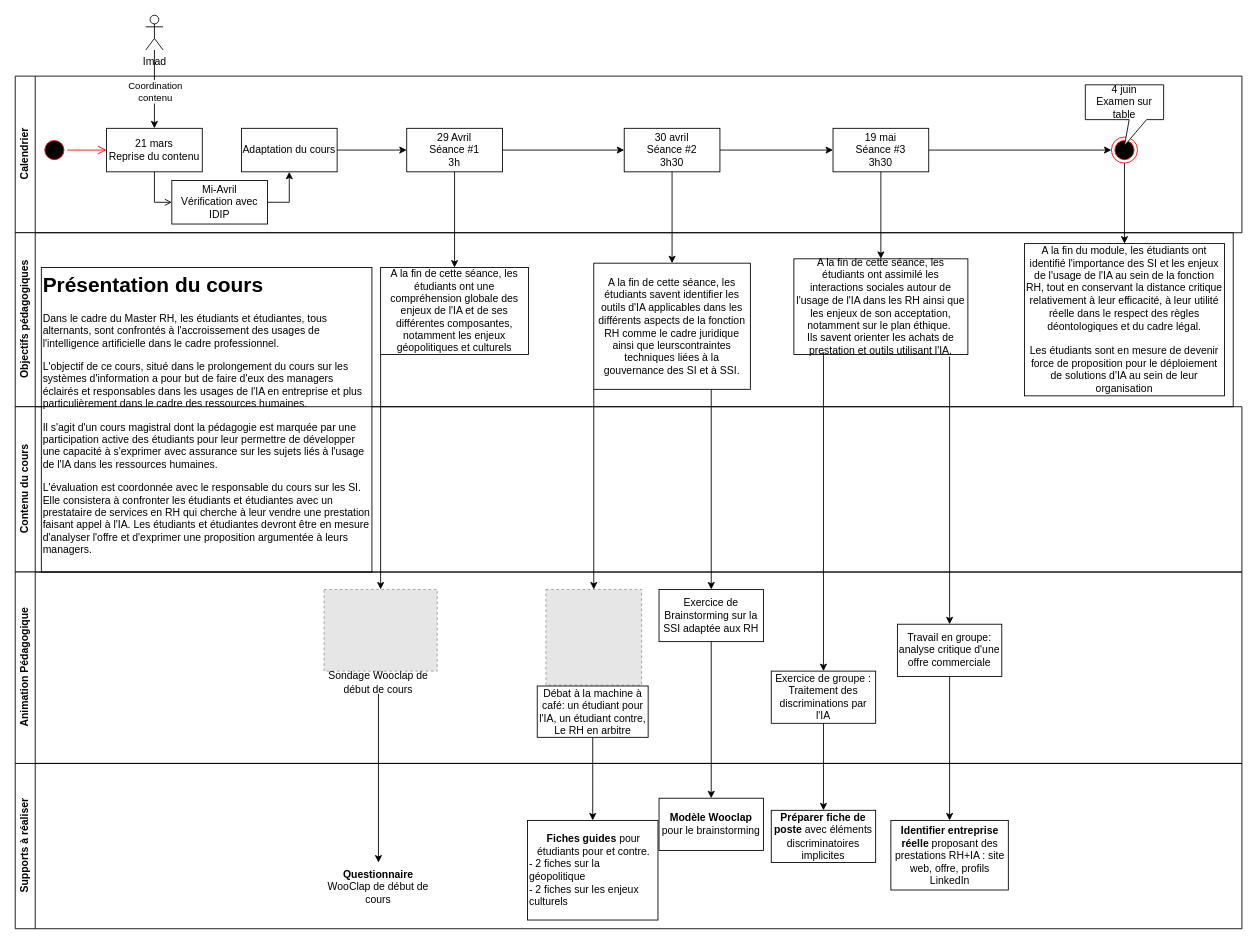
Fabrice-64/Drawings keeps this draw.io diagram as page "Page-1" (1 of 3) of Cours IA et RH.drawio. Above is the earlier version. Source tidied: cells renumbered, new cells numbered last; positions are measured from the earlier drawing's top-left corner, leaving out a move shared by most shapes. Both pictures are drawn from the tidied source at 87%, with x=0, y=0 at pixel (15, 15). Pictures stored in the file or linked from it are replaced by grey dashed boxes.
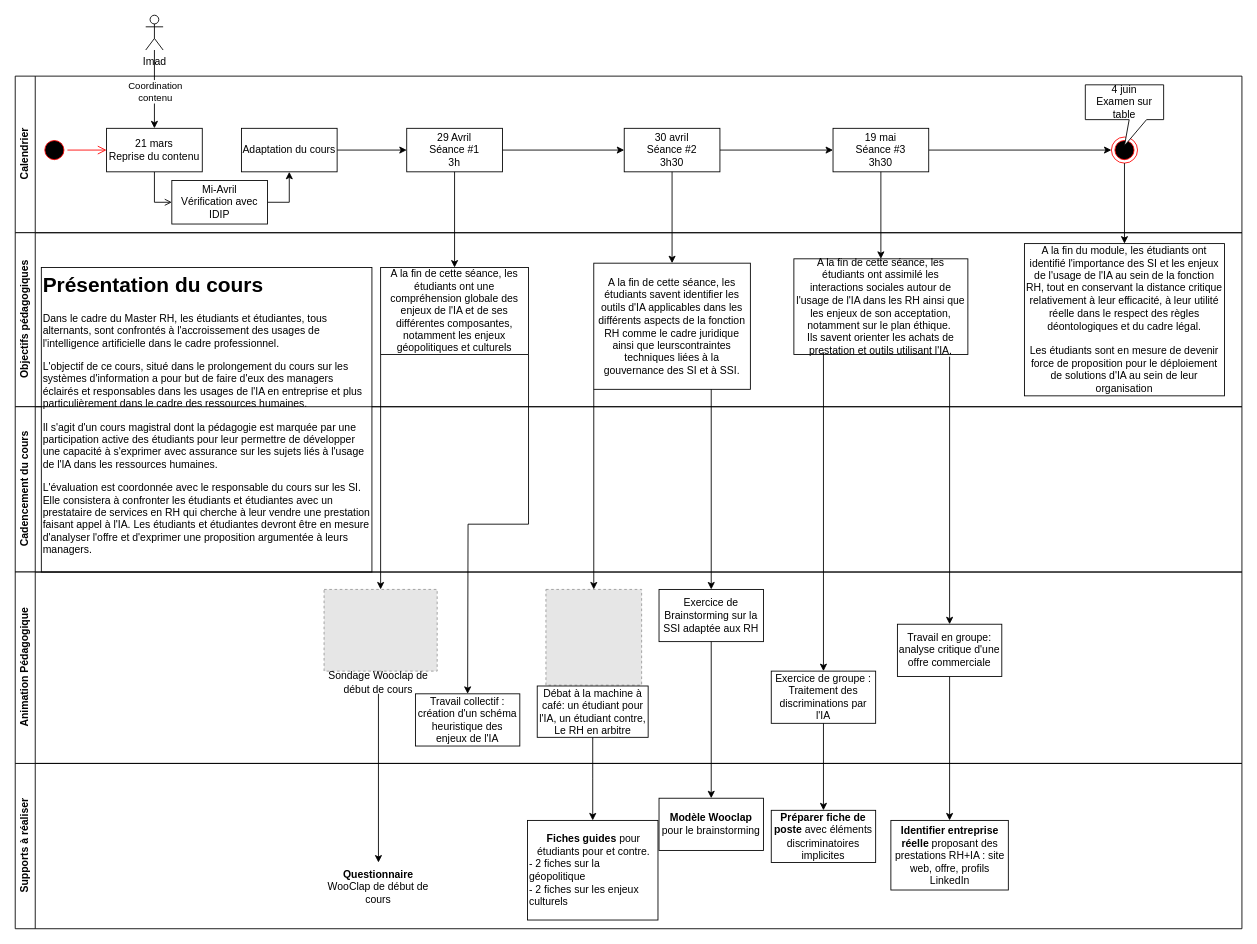
The same page after the edit.

Unchanged cells that the change refers to:
```xml
<mxCell id="27" value="A la fin de cette séance, les étudiants ont une compréhension globale des enjeux de l'IA et de ses différentes composantes, notamment les enjeux géopolitiques et culturels" style="html=1;whiteSpace=wrap;movableLabel=0;" parent="26" vertex="1">
  <mxGeometry x="420" y="40" width="170" height="100" as="geometry" />
</mxCell>
<mxCell id="43" value="Animation Pédagogique" style="swimlane;horizontal=0;whiteSpace=wrap;html=1;perimeterSpacing=1;" parent="1" vertex="1">
  <mxGeometry y="640" width="1410" height="220" as="geometry" />
</mxCell>
```

What changed in the source:
```diff
@@
     <mxCell id="26" value="Objectifs pédagogiques" style="swimlane;horizontal=0;whiteSpace=wrap;html=1;perimeterSpacing=1;" parent="1" vertex="1">
-      <mxGeometry y="250" width="1400" height="200" as="geometry" />
+      <mxGeometry y="250" width="1410" height="200" as="geometry" />
     </mxCell>
+    <mxCell id="57" style="edgeStyle=orthogonalEdgeStyle;rounded=0;jettySize=auto;html=1;exitX=1;exitY=1;exitDx=0;exitDy=0;" parent="26" edge="1" source="27">
+      <mxGeometry relative="1" as="geometry">
+        <mxPoint x="520" y="530" as="targetPoint" />
+      </mxGeometry>
+    </mxCell>
@@
-    <mxCell id="39" value="Contenu du cours" style="swimlane;horizontal=0;whiteSpace=wrap;html=1;perimeterSpacing=1;" parent="1" vertex="1">
+    <mxCell id="39" value="Cadencement du cours" style="swimlane;horizontal=0;whiteSpace=wrap;html=1;perimeterSpacing=1;" parent="1" vertex="1">
       <mxGeometry y="450" width="1410" height="190" as="geometry" />
     </mxCell>
@@
+    <mxCell id="58" value="Travail collectif : création d'un schéma heuristique des enjeux de l'IA" style="rounded=0;whiteSpace=wrap;html=1;" parent="43" vertex="1">
+      <mxGeometry x="460" y="140" width="120" height="60" as="geometry" />
+    </mxCell>
```
